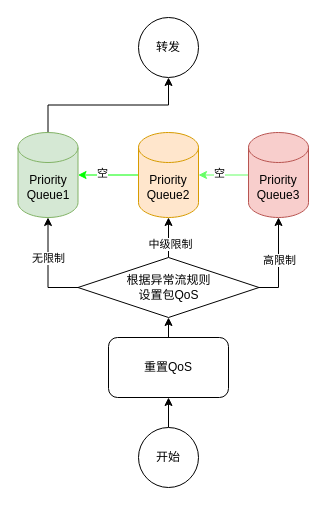
Before: QoS服务降级模块设计.drawio in poetlife/diagrams, a draw.io diagram. Source tidied: cells renumbered, new cells numbered last; positions are measured from the earlier drawing's top-left corner, leaving out a move shared by most shapes. Both pictures are drawn from the tidied source at 100%, with x=0, y=0 at pixel (17, 17).
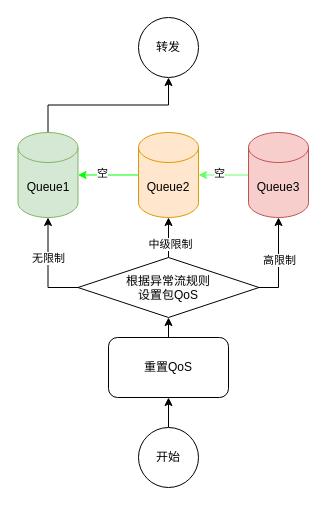
Above is the later version.

Commit message:
更新QoS服务降级模块设计.drawio

Change to the diagram source:
```diff
@@
-    <mxCell id="5" value="Priority&lt;br&gt;Queue1" style="shape=cylinder3;whiteSpace=wrap;html=1;boundedLbl=1;backgroundOutline=1;size=15;fillColor=#d5e8d4;strokeColor=#82b366;" parent="1" vertex="1">
+    <mxCell id="5" value="Queue1" style="shape=cylinder3;whiteSpace=wrap;html=1;boundedLbl=1;backgroundOutline=1;size=15;fillColor=#d5e8d4;strokeColor=#82b366;" parent="1" vertex="1">
       <mxGeometry x="0.5" y="115" width="60" height="85" as="geometry" />
     </mxCell>
@@
-    <mxCell id="8" value="Priority&lt;br&gt;Queue2" style="shape=cylinder3;whiteSpace=wrap;html=1;boundedLbl=1;backgroundOutline=1;size=15;fillColor=#ffe6cc;strokeColor=#d79b00;" parent="1" vertex="1">
+    <mxCell id="8" value="Queue2" style="shape=cylinder3;whiteSpace=wrap;html=1;boundedLbl=1;backgroundOutline=1;size=15;fillColor=#ffe6cc;strokeColor=#d79b00;" parent="1" vertex="1">
       <mxGeometry x="121" y="115" width="60" height="85" as="geometry" />
     </mxCell>
-    <mxCell id="9" value="Priority&lt;br&gt;Queue3" style="shape=cylinder3;whiteSpace=wrap;html=1;boundedLbl=1;backgroundOutline=1;size=15;fillColor=#f8cecc;strokeColor=#b85450;" parent="1" vertex="1">
+    <mxCell id="9" value="Queue3" style="shape=cylinder3;whiteSpace=wrap;html=1;boundedLbl=1;backgroundOutline=1;size=15;fillColor=#f8cecc;strokeColor=#b85450;" parent="1" vertex="1">
       <mxGeometry x="231" y="115" width="60" height="85" as="geometry" />
     </mxCell>
@@
-    <mxCell id="20" value="根据异常流规则&lt;br&gt;设置包QoS" style="rhombus;whiteSpace=wrap;html=1;" parent="1" vertex="1">
+    <mxCell id="20" style="rhombus;whiteSpace=wrap;html=1;" parent="1" vertex="1">
       <mxGeometry x="60.5" y="240" width="181" height="60" as="geometry" />
     </mxCell>
@@
+    <mxCell id="22" value="&lt;span style=&quot;color: rgb(0, 0, 0); font-family: Helvetica; font-size: 12px; font-style: normal; font-variant-ligatures: normal; font-variant-caps: normal; font-weight: 400; letter-spacing: normal; orphans: 2; text-indent: 0px; text-transform: none; widows: 2; word-spacing: 0px; -webkit-text-stroke-width: 0px; background-color: rgb(251, 251, 251); text-decoration-thickness: initial; text-decoration-style: initial; text-decoration-color: initial; float: none; display: inline !important;&quot;&gt;根据异常流规则&lt;/span&gt;&lt;br style=&quot;border-color: var(--border-color); color: rgb(0, 0, 0); font-family: Helvetica; font-size: 12px; font-style: normal; font-variant-ligatures: normal; font-variant-caps: normal; font-weight: 400; letter-spacing: normal; orphans: 2; text-indent: 0px; text-transform: none; widows: 2; word-spacing: 0px; -webkit-text-stroke-width: 0px; background-color: rgb(251, 251, 251); text-decoration-thickness: initial; text-decoration-style: initial; text-decoration-color: initial;&quot;&gt;&lt;span style=&quot;color: rgb(0, 0, 0); font-family: Helvetica; font-size: 12px; font-style: normal; font-variant-ligatures: normal; font-variant-caps: normal; font-weight: 400; letter-spacing: normal; orphans: 2; text-indent: 0px; text-transform: none; widows: 2; word-spacing: 0px; -webkit-text-stroke-width: 0px; background-color: rgb(251, 251, 251); text-decoration-thickness: initial; text-decoration-style: initial; text-decoration-color: initial; float: none; display: inline !important;&quot;&gt;设置包QoS&lt;/span&gt;" style="text;whiteSpace=wrap;html=1;align=center;" parent="1" vertex="1">
+      <mxGeometry x="91" y="250" width="120" height="50" as="geometry" />
+    </mxCell>
```
